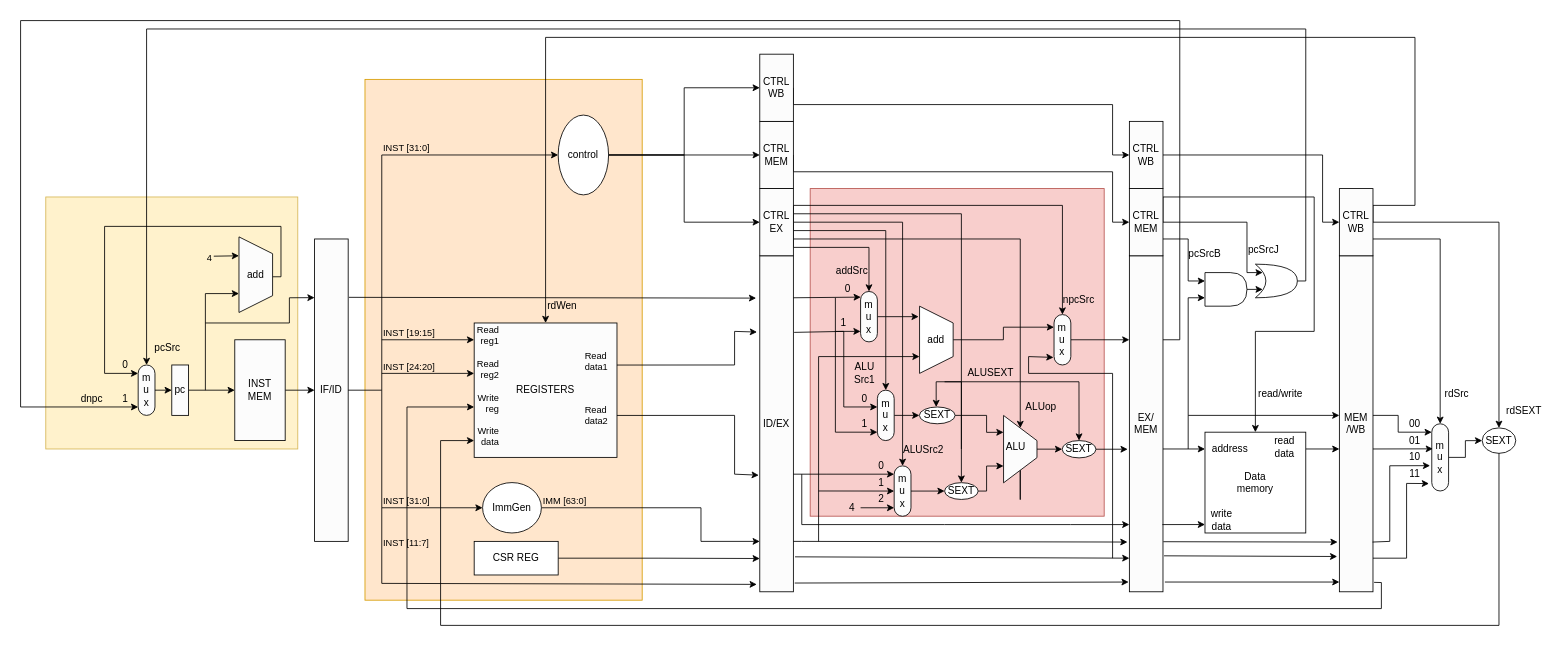
This is Untitled Diagram.drawio from francisyuu/drawtest, a draw.io file, before an edit. Source tidied: cells renumbered, new cells numbered last; positions are measured from the earlier drawing's top-left corner, leaving out a move shared by most shapes. Both pictures are drawn from the tidied source at 84%, with x=0, y=0 at pixel (20, 20).
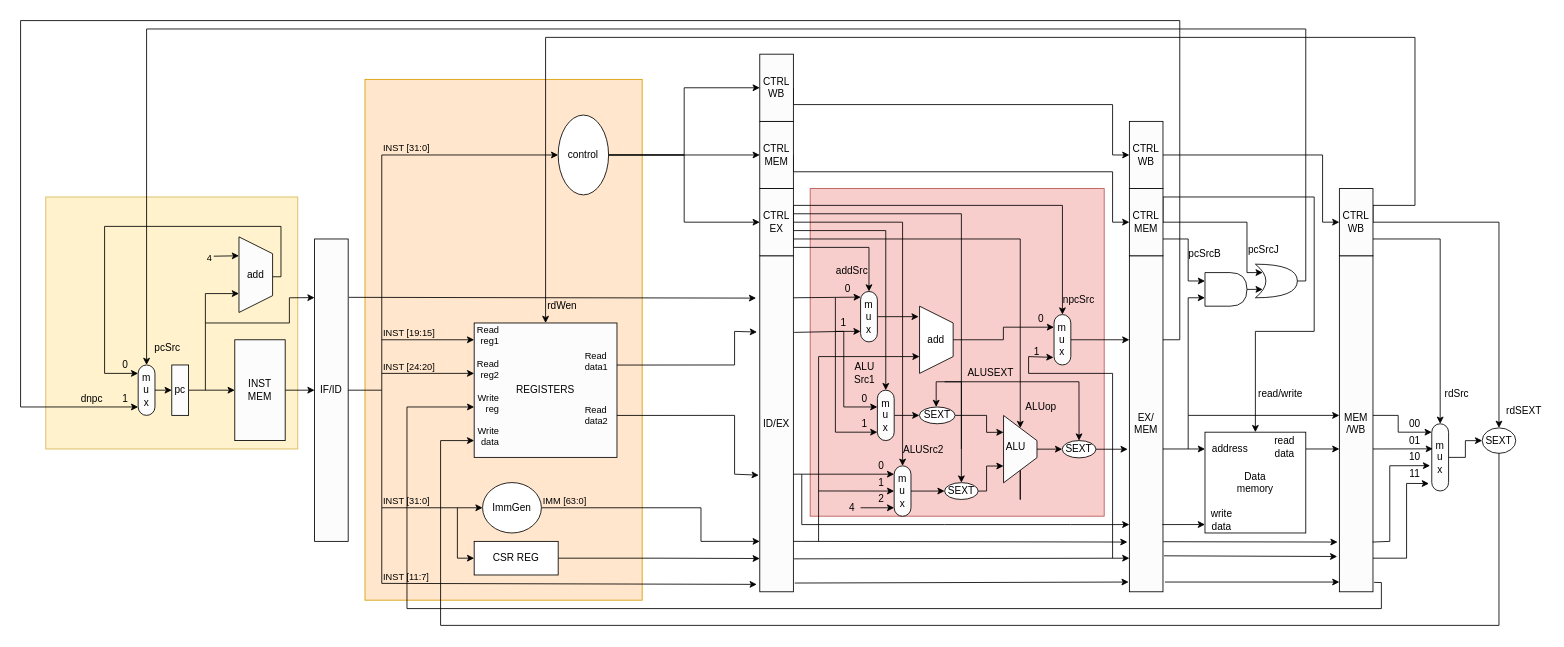
After the change.

Unchanged cells that the change refers to:
```xml
<mxCell id="12" value="ID/EX" style="rounded=0;whiteSpace=wrap;html=1;labelBackgroundColor=none;fontColor=default;fillColor=#FCFCFC;" parent="1" vertex="1">
  <mxGeometry x="880" y="280" width="40" height="400" as="geometry" />
</mxCell>
<mxCell id="20" style="endArrow=classic;html=1;rounded=0;fontColor=default;sourcePerimeterSpacing=0;elbow=vertical;jumpStyle=none;jumpSize=6;" parent="1" edge="1">
  <mxGeometry relative="1" as="geometry">
    <mxPoint x="430" y="380" as="sourcePoint" />
    <mxPoint x="540" y="380" as="targetPoint" />
  </mxGeometry>
</mxCell>
<mxCell id="64" value="EX/&lt;br&gt;MEM" style="rounded=0;whiteSpace=wrap;html=1;labelBackgroundColor=none;fontColor=default;fillColor=#FCFCFC;" parent="1" vertex="1">
  <mxGeometry x="1320" y="280" width="40" height="400" as="geometry" />
</mxCell>
<mxCell id="158" value="CSR REG" style="rounded=0;whiteSpace=wrap;html=1;" parent="1" vertex="1">
  <mxGeometry x="540" y="620" width="100" height="40" as="geometry" />
</mxCell>
```

Change to the diagram source:
```diff
@@
     <mxCell id="26" value="INST [11:7]" style="edgeLabel;html=1;align=left;verticalAlign=bottom;labelBackgroundColor=none;sketch=0;fontColor=default;fillColor=#FCFCFC;" parent="20" vertex="1">
       <mxGeometry x="-1" relative="1" as="geometry">
-        <mxPoint y="250" as="offset" />
+        <mxPoint y="290" as="offset" />
       </mxGeometry>
     </mxCell>
@@
-    <mxCell id="159" style="endArrow=classic;html=1;rounded=0;exitX=1.05;exitY=0.896;exitDx=0;exitDy=0;exitPerimeter=0;entryX=0;entryY=0.9;entryDx=0;entryDy=0;entryPerimeter=0;" parent="1" edge="1" source="12" target="64">
+    <mxCell id="159" style="endArrow=classic;html=1;rounded=0;entryX=0;entryY=0.9;entryDx=0;entryDy=0;entryPerimeter=0;exitX=1.021;exitY=0.902;exitDx=0;exitDy=0;exitPerimeter=0;" parent="1" edge="1" source="12" target="64">
       <mxGeometry relative="1" as="geometry" />
     </mxCell>
@@
+    <mxCell id="166" value="0" style="text;strokeColor=none;align=center;fillColor=none;html=1;verticalAlign=middle;whiteSpace=wrap;rounded=0;" parent="1" vertex="1">
+      <mxGeometry x="1200" y="345" width="30" height="20" as="geometry" />
+    </mxCell>
+    <mxCell id="167" value="1" style="text;strokeColor=none;align=center;fillColor=none;html=1;verticalAlign=middle;whiteSpace=wrap;rounded=0;" parent="1" vertex="1">
+      <mxGeometry x="1190.3" y="390" width="40" height="10" as="geometry" />
+    </mxCell>
+    <mxCell id="168" style="endArrow=classic;html=1;rounded=0;entryX=0;entryY=0.5;entryDx=0;entryDy=0;" parent="1" edge="1" target="158">
+      <mxGeometry relative="1" as="geometry">
+        <mxPoint x="520" y="580" as="sourcePoint" />
+        <Array as="points">
+          <mxPoint x="520" y="640" />
+        </Array>
+      </mxGeometry>
+    </mxCell>
```
